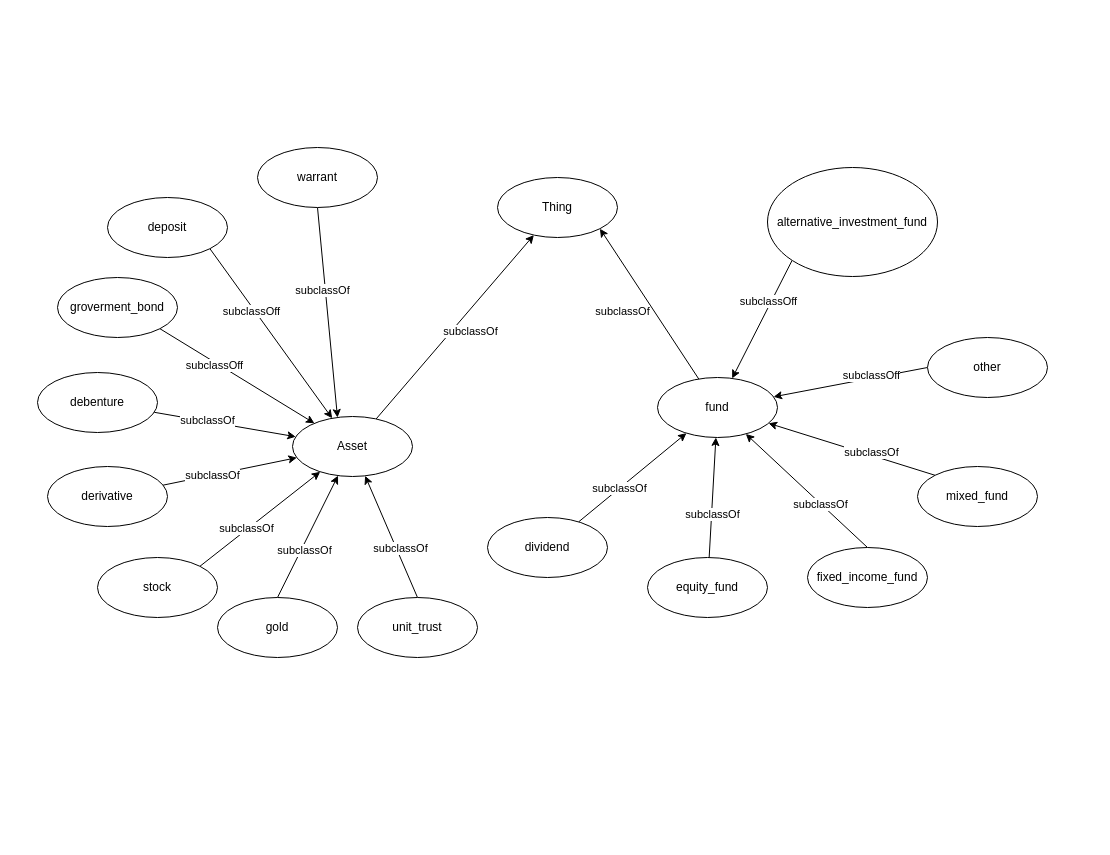
Above: page "mutaul-fund v2" (1 of 7) of Diagram/Design.drawio in onewkub/mutual-fund-api (draw.io), before the change. Source tidied: cells renumbered, new cells numbered last; positions are measured from the earlier drawing's top-left corner, leaving out a move shared by most shapes. Both pictures are drawn from the tidied source at 100%, with x=0, y=0 at pixel (37, 147).
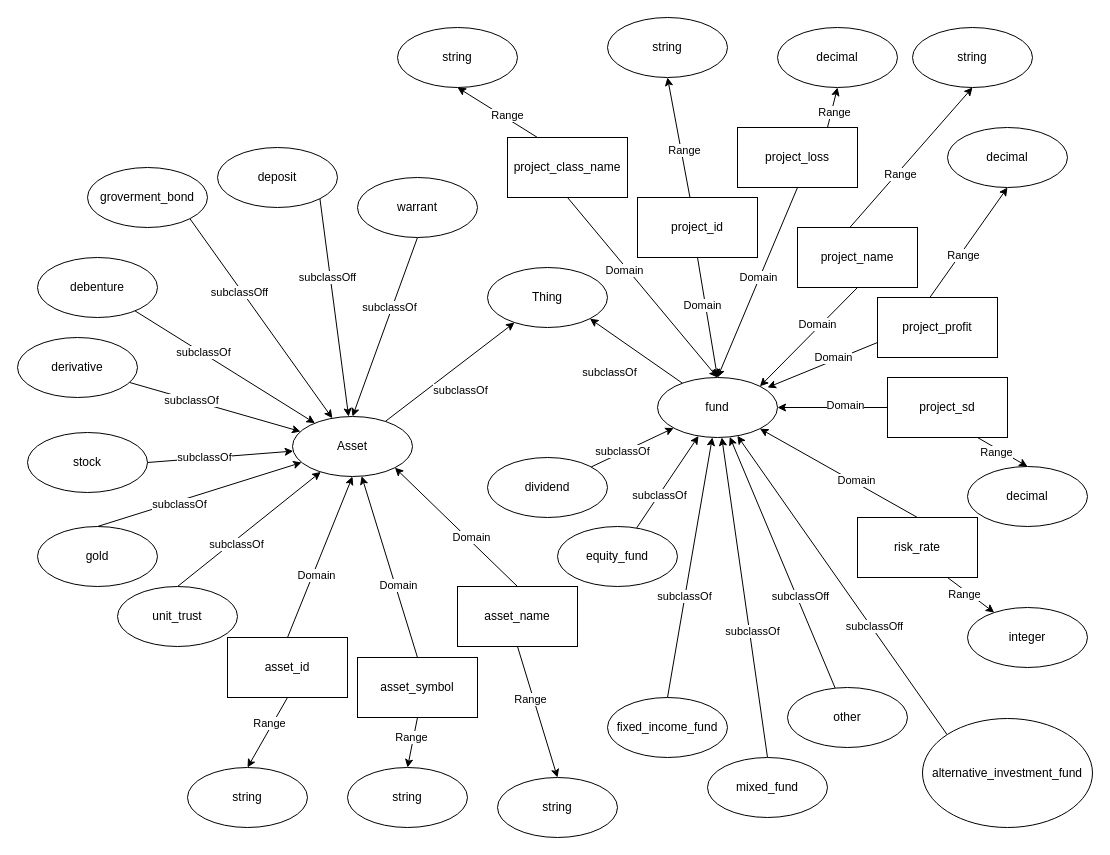
After the change.

Commit message (it also covers changes not shown here):
Edit Class hirarchy and Edit Docx 3.2

Unchanged cells that the change refers to:
```xml
<mxCell id="15" value="Asset" style="ellipse;whiteSpace=wrap;html=1;ellipse;whiteSpace=wrap;html=1;" parent="1" vertex="1">
  <mxGeometry x="255" y="269" width="120" height="60" as="geometry" />
</mxCell>
<mxCell id="43" value="fund" style="ellipse;whiteSpace=wrap;html=1;ellipse;whiteSpace=wrap;html=1;" parent="1" vertex="1">
  <mxGeometry x="620" y="230" width="120" height="60" as="geometry" />
</mxCell>
```

Diff of the diagram source:
```diff
@@
     <mxCell id="4" value="Thing" style="ellipse;whiteSpace=wrap;html=1;ellipse;whiteSpace=wrap;html=1;" parent="1" vertex="1">
-      <mxGeometry x="460" y="30" width="120" height="60" as="geometry" />
+      <mxGeometry x="450" y="120" width="120" height="60" as="geometry" />
     </mxCell>
@@
-    <mxCell id="7" style="edgeStyle=none;rounded=0;jettySize=auto;html=1;startArrow=classic;startFill=1;endArrow=none;endFill=0;entryX=1;entryY=0;entryDx=0;entryDy=0;" parent="1" edge="1" source="15" target="24">
+    <mxCell id="7" style="edgeStyle=none;rounded=0;jettySize=auto;html=1;startArrow=classic;startFill=1;endArrow=none;endFill=0;entryX=1;entryY=0.5;entryDx=0;entryDy=0;" parent="1" edge="1" source="15" target="24">
       <mxGeometry relative="1" as="geometry" />
     </mxCell>
@@
     <mxCell id="16" value="debenture" style="ellipse;whiteSpace=wrap;html=1;ellipse;whiteSpace=wrap;html=1;" parent="1" vertex="1">
-      <mxGeometry y="225" width="120" height="60" as="geometry" />
+      <mxGeometry y="110" width="120" height="60" as="geometry" />
     </mxCell>
     <mxCell id="17" value="deposit" style="ellipse;whiteSpace=wrap;html=1;ellipse;whiteSpace=wrap;html=1;" parent="1" vertex="1">
-      <mxGeometry x="70" y="50" width="120" height="60" as="geometry" />
+      <mxGeometry x="180" width="120" height="60" as="geometry" />
     </mxCell>
     <mxCell id="18" value="derivative" style="ellipse;whiteSpace=wrap;html=1;ellipse;whiteSpace=wrap;html=1;" parent="1" vertex="1">
-      <mxGeometry x="10" y="319" width="120" height="60" as="geometry" />
+      <mxGeometry x="-20" y="190" width="120" height="60" as="geometry" />
     </mxCell>
     <mxCell id="19" value="gold" style="ellipse;whiteSpace=wrap;html=1;ellipse;whiteSpace=wrap;html=1;" parent="1" vertex="1">
-      <mxGeometry x="180" y="450" width="120" height="60" as="geometry" />
+      <mxGeometry y="379" width="120" height="60" as="geometry" />
     </mxCell>
@@
     <mxCell id="23" value="groverment_bond" style="ellipse;whiteSpace=wrap;html=1;ellipse;whiteSpace=wrap;html=1;" parent="1" vertex="1">
-      <mxGeometry x="20" y="130" width="120" height="60" as="geometry" />
+      <mxGeometry x="50" y="20" width="120" height="60" as="geometry" />
     </mxCell>
     <mxCell id="24" value="stock" style="ellipse;whiteSpace=wrap;html=1;ellipse;whiteSpace=wrap;html=1;" parent="1" vertex="1">
-      <mxGeometry x="60" y="410" width="120" height="60" as="geometry" />
+      <mxGeometry x="-10" y="285" width="120" height="60" as="geometry" />
     </mxCell>
@@
     <mxCell id="27" value="unit_trust" style="ellipse;whiteSpace=wrap;html=1;ellipse;whiteSpace=wrap;html=1;" parent="1" vertex="1">
-      <mxGeometry x="320" y="450" width="120" height="60" as="geometry" />
+      <mxGeometry x="80" y="439" width="120" height="60" as="geometry" />
     </mxCell>
-    <mxCell id="28" style="edgeStyle=none;rounded=0;jettySize=auto;html=1;startArrow=classic;startFill=1;endArrow=none;endFill=0;entryX=0.5;entryY=1;entryDx=0;entryDy=0;exitX=0.375;exitY=0.017;exitDx=0;exitDy=0;exitPerimeter=0;" parent="1" edge="1" source="15" target="30">
+    <mxCell id="28" style="edgeStyle=none;rounded=0;jettySize=auto;html=1;startArrow=classic;startFill=1;endArrow=none;endFill=0;entryX=0.5;entryY=1;entryDx=0;entryDy=0;exitX=0.5;exitY=0;exitDx=0;exitDy=0;" parent="1" edge="1" source="15" target="30">
       <mxGeometry relative="1" as="geometry" />
     </mxCell>
@@
     <mxCell id="30" value="warrant" style="ellipse;whiteSpace=wrap;html=1;ellipse;whiteSpace=wrap;html=1;" parent="1" vertex="1">
-      <mxGeometry x="220" width="120" height="60" as="geometry" />
+      <mxGeometry x="320" y="30" width="120" height="60" as="geometry" />
     </mxCell>
@@
-    <mxCell id="37" style="edgeStyle=none;rounded=0;jettySize=auto;html=1;startArrow=classic;startFill=1;endArrow=none;endFill=0;entryX=0;entryY=0.5;entryDx=0;entryDy=0;" parent="1" edge="1" source="43" target="45">
+    <mxCell id="37" style="edgeStyle=none;rounded=0;jettySize=auto;html=1;startArrow=classic;startFill=1;endArrow=none;endFill=0;" parent="1" edge="1" source="43" target="45">
       <mxGeometry relative="1" as="geometry" />
     </mxCell>
@@
-    <mxCell id="39" style="edgeStyle=none;rounded=0;jettySize=auto;html=1;startArrow=classic;startFill=1;endArrow=none;endFill=0;entryX=0;entryY=0;entryDx=0;entryDy=0;" parent="1" edge="1" source="43" target="47">
+    <mxCell id="39" style="edgeStyle=none;rounded=0;jettySize=auto;html=1;startArrow=classic;startFill=1;endArrow=none;endFill=0;entryX=0.5;entryY=0;entryDx=0;entryDy=0;" parent="1" edge="1" source="43" target="47">
       <mxGeometry relative="1" as="geometry" />
     </mxCell>
@@
     <mxCell id="44" value="dividend" style="ellipse;whiteSpace=wrap;html=1;ellipse;whiteSpace=wrap;html=1;" parent="1" vertex="1">
-      <mxGeometry x="450" y="370" width="120" height="60" as="geometry" />
+      <mxGeometry x="450" y="310" width="120" height="60" as="geometry" />
     </mxCell>
     <mxCell id="45" value="other" style="ellipse;whiteSpace=wrap;html=1;ellipse;whiteSpace=wrap;html=1;" parent="1" vertex="1">
-      <mxGeometry x="890" y="190" width="120" height="60" as="geometry" />
+      <mxGeometry x="750" y="540" width="120" height="60" as="geometry" />
     </mxCell>
     <mxCell id="46" value="equity_fund" style="ellipse;whiteSpace=wrap;html=1;ellipse;whiteSpace=wrap;html=1;" parent="1" vertex="1">
-      <mxGeometry x="610" y="410" width="120" height="60" as="geometry" />
+      <mxGeometry x="520" y="379" width="120" height="60" as="geometry" />
     </mxCell>
     <mxCell id="47" value="mixed_fund" style="ellipse;whiteSpace=wrap;html=1;ellipse;whiteSpace=wrap;html=1;" parent="1" vertex="1">
-      <mxGeometry x="880" y="319" width="120" height="60" as="geometry" />
+      <mxGeometry x="670" y="610" width="120" height="60" as="geometry" />
     </mxCell>
@@
-    <mxCell id="49" style="edgeStyle=none;rounded=0;jettySize=auto;html=1;startArrow=classic;startFill=1;endArrow=none;endFill=0;entryX=0;entryY=1;entryDx=0;entryDy=0;" parent="1" edge="1" source="43" target="51">
+    <mxCell id="49" style="edgeStyle=none;rounded=0;jettySize=auto;html=1;startArrow=classic;startFill=1;endArrow=none;endFill=0;entryX=0;entryY=0;entryDx=0;entryDy=0;" parent="1" edge="1" source="43" target="51">
       <mxGeometry relative="1" as="geometry" />
     </mxCell>
@@
     <mxCell id="51" value="alternative_investment_fund" style="ellipse;whiteSpace=wrap;html=1;ellipse;whiteSpace=wrap;html=1;" parent="1" vertex="1">
-      <mxGeometry x="730" y="20" width="170" height="109" as="geometry" />
+      <mxGeometry x="885" y="571" width="170" height="109" as="geometry" />
     </mxCell>
     <mxCell id="52" value="fixed_income_fund" style="ellipse;whiteSpace=wrap;html=1;ellipse;whiteSpace=wrap;html=1;" parent="1" vertex="1">
-      <mxGeometry x="770" y="400" width="120" height="60" as="geometry" />
+      <mxGeometry x="570" y="550" width="120" height="60" as="geometry" />
     </mxCell>
+    <mxCell id="53" value="asset_symbol" style="rounded=0;whiteSpace=wrap;html=1;" parent="1" vertex="1">
+      <mxGeometry x="320" y="510" width="120" height="60" as="geometry" />
+    </mxCell>
+    <mxCell id="54" value="asset_name" style="rounded=0;whiteSpace=wrap;html=1;" parent="1" vertex="1">
+      <mxGeometry x="420" y="439" width="120" height="60" as="geometry" />
+    </mxCell>
+    <mxCell id="55" value="asset_id" style="rounded=0;whiteSpace=wrap;html=1;" parent="1" vertex="1">
+      <mxGeometry x="190" y="490" width="120" height="60" as="geometry" />
+    </mxCell>
+    <mxCell id="56" style="edgeStyle=none;rounded=0;jettySize=auto;html=1;startArrow=classic;startFill=1;endArrow=none;endFill=0;entryX=0.5;entryY=0;entryDx=0;entryDy=0;exitX=0.5;exitY=1;exitDx=0;exitDy=0;" parent="1" edge="1" source="15" target="55">
+      <mxGeometry relative="1" as="geometry" />
+    </mxCell>
+    <mxCell id="57" value="Domain" style="edgeLabel;html=1;align=center;verticalAlign=middle;" parent="56" vertex="1">
+      <mxGeometry x="0.21" y="3" relative="1" as="geometry" />
+    </mxCell>
+    <mxCell id="58" style="edgeStyle=none;rounded=0;jettySize=auto;html=1;startArrow=classic;startFill=1;endArrow=none;endFill=0;entryX=0.5;entryY=0;entryDx=0;entryDy=0;" parent="1" edge="1" source="15" target="53">
+      <mxGeometry relative="1" as="geometry" />
+    </mxCell>
+    <mxCell id="59" value="Domain" style="edgeLabel;html=1;align=center;verticalAlign=middle;" parent="58" vertex="1">
+      <mxGeometry x="0.21" y="3" relative="1" as="geometry" />
+    </mxCell>
+    <mxCell id="60" style="edgeStyle=none;rounded=0;jettySize=auto;html=1;startArrow=classic;startFill=1;endArrow=none;endFill=0;entryX=0.5;entryY=0;entryDx=0;entryDy=0;exitX=1;exitY=1;exitDx=0;exitDy=0;" parent="1" edge="1" source="15" target="54">
+      <mxGeometry relative="1" as="geometry" />
+    </mxCell>
+    <mxCell id="61" value="Domain" style="edgeLabel;html=1;align=center;verticalAlign=middle;" parent="60" vertex="1">
+      <mxGeometry x="0.21" y="3" relative="1" as="geometry" />
+    </mxCell>
+    <mxCell id="62" value="string" style="ellipse;whiteSpace=wrap;html=1;ellipse;whiteSpace=wrap;html=1;" parent="1" vertex="1">
+      <mxGeometry x="460" y="630" width="120" height="60" as="geometry" />
+    </mxCell>
+    <mxCell id="63" style="edgeStyle=none;rounded=0;jettySize=auto;html=1;startArrow=classic;startFill=1;endArrow=none;endFill=0;entryX=0.5;entryY=1;entryDx=0;entryDy=0;exitX=0.5;exitY=0;exitDx=0;exitDy=0;" parent="1" edge="1" source="62" target="54">
+      <mxGeometry relative="1" as="geometry" />
+    </mxCell>
+    <mxCell id="64" value="Range" style="edgeLabel;html=1;align=center;verticalAlign=middle;" parent="63" vertex="1">
+      <mxGeometry x="0.21" y="3" relative="1" as="geometry" />
+    </mxCell>
+    <mxCell id="65" value="string" style="ellipse;whiteSpace=wrap;html=1;ellipse;whiteSpace=wrap;html=1;" parent="1" vertex="1">
+      <mxGeometry x="150" y="620" width="120" height="60" as="geometry" />
+    </mxCell>
+    <mxCell id="66" style="edgeStyle=none;rounded=0;jettySize=auto;html=1;startArrow=classic;startFill=1;endArrow=none;endFill=0;entryX=0.5;entryY=1;entryDx=0;entryDy=0;exitX=0.5;exitY=0;exitDx=0;exitDy=0;" parent="1" edge="1" source="65" target="55">
+      <mxGeometry relative="1" as="geometry" />
+    </mxCell>
+    <mxCell id="67" value="Range" style="edgeLabel;html=1;align=center;verticalAlign=middle;" parent="66" vertex="1">
+      <mxGeometry x="0.21" y="3" relative="1" as="geometry" />
+    </mxCell>
+    <mxCell id="68" value="string" style="ellipse;whiteSpace=wrap;html=1;ellipse;whiteSpace=wrap;html=1;" parent="1" vertex="1">
+      <mxGeometry x="310" y="620" width="120" height="60" as="geometry" />
+    </mxCell>
+    <mxCell id="69" style="edgeStyle=none;rounded=0;jettySize=auto;html=1;startArrow=classic;startFill=1;endArrow=none;endFill=0;exitX=0.5;exitY=0;exitDx=0;exitDy=0;entryX=0.5;entryY=1;entryDx=0;entryDy=0;" parent="1" edge="1" source="68" target="53">
+      <mxGeometry relative="1" as="geometry" />
+    </mxCell>
+    <mxCell id="70" value="Range" style="edgeLabel;html=1;align=center;verticalAlign=middle;" parent="69" vertex="1">
+      <mxGeometry x="0.21" y="3" relative="1" as="geometry" />
+    </mxCell>
+    <mxCell id="71" value="project_class_name" style="rounded=0;whiteSpace=wrap;html=1;" parent="1" vertex="1">
+      <mxGeometry x="470" y="-10" width="120" height="60" as="geometry" />
+    </mxCell>
+    <mxCell id="72" style="edgeStyle=none;rounded=0;jettySize=auto;html=1;startArrow=classic;startFill=1;endArrow=none;endFill=0;entryX=0.5;entryY=1;entryDx=0;entryDy=0;exitX=0.5;exitY=0;exitDx=0;exitDy=0;" parent="1" edge="1" source="43" target="71">
+      <mxGeometry relative="1" as="geometry" />
+    </mxCell>
+    <mxCell id="73" value="Domain" style="edgeLabel;html=1;align=center;verticalAlign=middle;" parent="72" vertex="1">
+      <mxGeometry x="0.21" y="3" relative="1" as="geometry" />
+    </mxCell>
+    <mxCell id="74" value="string" style="ellipse;whiteSpace=wrap;html=1;ellipse;whiteSpace=wrap;html=1;" parent="1" vertex="1">
+      <mxGeometry x="360" y="-120" width="120" height="60" as="geometry" />
+    </mxCell>
+    <mxCell id="75" style="edgeStyle=none;rounded=0;jettySize=auto;html=1;startArrow=classic;startFill=1;endArrow=none;endFill=0;entryX=0.25;entryY=0;entryDx=0;entryDy=0;exitX=0.5;exitY=1;exitDx=0;exitDy=0;" parent="1" edge="1" source="74" target="71">
+      <mxGeometry relative="1" as="geometry" />
+    </mxCell>
+    <mxCell id="76" value="Range" style="edgeLabel;html=1;align=center;verticalAlign=middle;" parent="75" vertex="1">
+      <mxGeometry x="0.21" y="3" relative="1" as="geometry" />
+    </mxCell>
+    <mxCell id="77" value="project_id" style="rounded=0;whiteSpace=wrap;html=1;" parent="1" vertex="1">
+      <mxGeometry x="600" y="50" width="120" height="60" as="geometry" />
+    </mxCell>
+    <mxCell id="78" style="edgeStyle=none;rounded=0;jettySize=auto;html=1;startArrow=classic;startFill=1;endArrow=none;endFill=0;entryX=0.5;entryY=1;entryDx=0;entryDy=0;exitX=0.5;exitY=0;exitDx=0;exitDy=0;" parent="1" edge="1" source="43" target="77">
+      <mxGeometry relative="1" as="geometry" />
+    </mxCell>
+    <mxCell id="79" value="Domain" style="edgeLabel;html=1;align=center;verticalAlign=middle;" parent="78" vertex="1">
+      <mxGeometry x="0.21" y="3" relative="1" as="geometry" />
+    </mxCell>
+    <mxCell id="80" value="string" style="ellipse;whiteSpace=wrap;html=1;ellipse;whiteSpace=wrap;html=1;" parent="1" vertex="1">
+      <mxGeometry x="570" y="-130" width="120" height="60" as="geometry" />
+    </mxCell>
+    <mxCell id="81" style="edgeStyle=none;rounded=0;jettySize=auto;html=1;startArrow=classic;startFill=1;endArrow=none;endFill=0;entryX=0.437;entryY=-0.002;entryDx=0;entryDy=0;exitX=0.5;exitY=1;exitDx=0;exitDy=0;entryPerimeter=0;" parent="1" edge="1" source="80" target="77">
+      <mxGeometry relative="1" as="geometry" />
+    </mxCell>
+    <mxCell id="82" value="Range" style="edgeLabel;html=1;align=center;verticalAlign=middle;" parent="81" vertex="1">
+      <mxGeometry x="0.21" y="3" relative="1" as="geometry" />
+    </mxCell>
+    <mxCell id="83" value="project_loss" style="rounded=0;whiteSpace=wrap;html=1;" parent="1" vertex="1">
+      <mxGeometry x="700" y="-20" width="120" height="60" as="geometry" />
+    </mxCell>
+    <mxCell id="84" style="edgeStyle=none;rounded=0;jettySize=auto;html=1;startArrow=classic;startFill=1;endArrow=none;endFill=0;entryX=0.5;entryY=1;entryDx=0;entryDy=0;exitX=0.5;exitY=0;exitDx=0;exitDy=0;" parent="1" edge="1" source="43" target="83">
+      <mxGeometry relative="1" as="geometry" />
+    </mxCell>
+    <mxCell id="85" value="Domain" style="edgeLabel;html=1;align=center;verticalAlign=middle;" parent="84" vertex="1">
+      <mxGeometry x="0.21" y="3" relative="1" as="geometry">
+        <mxPoint x="-5.6" y="16.1" as="offset" />
+      </mxGeometry>
+    </mxCell>
+    <mxCell id="86" value="decimal" style="ellipse;whiteSpace=wrap;html=1;ellipse;whiteSpace=wrap;html=1;" parent="1" vertex="1">
+      <mxGeometry x="740" y="-120" width="120" height="60" as="geometry" />
+    </mxCell>
+    <mxCell id="87" style="edgeStyle=none;rounded=0;jettySize=auto;html=1;startArrow=classic;startFill=1;endArrow=none;endFill=0;entryX=0.75;entryY=0;entryDx=0;entryDy=0;exitX=0.5;exitY=1;exitDx=0;exitDy=0;" parent="1" edge="1" source="86" target="83">
+      <mxGeometry relative="1" as="geometry" />
+    </mxCell>
+    <mxCell id="88" value="Range" style="edgeLabel;html=1;align=center;verticalAlign=middle;" parent="87" vertex="1">
+      <mxGeometry x="0.21" y="3" relative="1" as="geometry" />
+    </mxCell>
+    <mxCell id="89" value="project_name" style="rounded=0;whiteSpace=wrap;html=1;" parent="1" vertex="1">
+      <mxGeometry x="760" y="80" width="120" height="60" as="geometry" />
+    </mxCell>
+    <mxCell id="90" style="edgeStyle=none;rounded=0;jettySize=auto;html=1;startArrow=classic;startFill=1;endArrow=none;endFill=0;entryX=0.5;entryY=1;entryDx=0;entryDy=0;exitX=1;exitY=0;exitDx=0;exitDy=0;" parent="1" edge="1" source="43" target="89">
+      <mxGeometry relative="1" as="geometry" />
+    </mxCell>
+    <mxCell id="91" value="Domain" style="edgeLabel;html=1;align=center;verticalAlign=middle;" parent="90" vertex="1">
+      <mxGeometry x="0.21" y="3" relative="1" as="geometry" />
+    </mxCell>
+    <mxCell id="92" value="string" style="ellipse;whiteSpace=wrap;html=1;ellipse;whiteSpace=wrap;html=1;" parent="1" vertex="1">
+      <mxGeometry x="875" y="-120" width="120" height="60" as="geometry" />
+    </mxCell>
+    <mxCell id="93" style="edgeStyle=none;rounded=0;jettySize=auto;html=1;startArrow=classic;startFill=1;endArrow=none;endFill=0;entryX=0.437;entryY=-0.002;entryDx=0;entryDy=0;exitX=0.5;exitY=1;exitDx=0;exitDy=0;entryPerimeter=0;" parent="1" edge="1" source="92" target="89">
+      <mxGeometry relative="1" as="geometry" />
+    </mxCell>
+    <mxCell id="94" value="Range" style="edgeLabel;html=1;align=center;verticalAlign=middle;" parent="93" vertex="1">
+      <mxGeometry x="0.21" y="3" relative="1" as="geometry" />
+    </mxCell>
+    <mxCell id="95" value="project_profit" style="rounded=0;whiteSpace=wrap;html=1;" parent="1" vertex="1">
+      <mxGeometry x="840" y="150" width="120" height="60" as="geometry" />
+    </mxCell>
+    <mxCell id="96" style="edgeStyle=none;rounded=0;jettySize=auto;html=1;startArrow=classic;startFill=1;endArrow=none;endFill=0;entryX=0;entryY=0.75;entryDx=0;entryDy=0;" parent="1" edge="1" target="95">
+      <mxGeometry relative="1" as="geometry">
+        <mxPoint x="730" y="240" as="sourcePoint" />
+      </mxGeometry>
+    </mxCell>
+    <mxCell id="97" value="Domain" style="edgeLabel;html=1;align=center;verticalAlign=middle;" parent="96" vertex="1">
+      <mxGeometry x="0.21" y="3" relative="1" as="geometry" />
+    </mxCell>
+    <mxCell id="98" value="decimal" style="ellipse;whiteSpace=wrap;html=1;ellipse;whiteSpace=wrap;html=1;" parent="1" vertex="1">
+      <mxGeometry x="910" y="-20" width="120" height="60" as="geometry" />
+    </mxCell>
+    <mxCell id="99" style="edgeStyle=none;rounded=0;jettySize=auto;html=1;startArrow=classic;startFill=1;endArrow=none;endFill=0;entryX=0.437;entryY=-0.002;entryDx=0;entryDy=0;exitX=0.5;exitY=1;exitDx=0;exitDy=0;entryPerimeter=0;" parent="1" edge="1" source="98" target="95">
+      <mxGeometry relative="1" as="geometry" />
+    </mxCell>
+    <mxCell id="100" value="Range" style="edgeLabel;html=1;align=center;verticalAlign=middle;" parent="99" vertex="1">
+      <mxGeometry x="0.21" y="3" relative="1" as="geometry" />
+    </mxCell>
+    <mxCell id="101" value="project_sd" style="rounded=0;whiteSpace=wrap;html=1;" parent="1" vertex="1">
+      <mxGeometry x="850" y="230" width="120" height="60" as="geometry" />
+    </mxCell>
+    <mxCell id="102" style="edgeStyle=none;rounded=0;jettySize=auto;html=1;startArrow=classic;startFill=1;endArrow=none;endFill=0;entryX=0;entryY=0.5;entryDx=0;entryDy=0;exitX=1;exitY=0.5;exitDx=0;exitDy=0;" parent="1" edge="1" source="43" target="101">
+      <mxGeometry relative="1" as="geometry" />
+    </mxCell>
+    <mxCell id="103" value="Domain" style="edgeLabel;html=1;align=center;verticalAlign=middle;" parent="102" vertex="1">
+      <mxGeometry x="0.21" y="3" relative="1" as="geometry" />
+    </mxCell>
+    <mxCell id="104" value="decimal" style="ellipse;whiteSpace=wrap;html=1;ellipse;whiteSpace=wrap;html=1;" parent="1" vertex="1">
+      <mxGeometry x="930" y="319" width="120" height="60" as="geometry" />
+    </mxCell>
+    <mxCell id="105" style="edgeStyle=none;rounded=0;jettySize=auto;html=1;startArrow=classic;startFill=1;endArrow=none;endFill=0;entryX=0.75;entryY=1;entryDx=0;entryDy=0;exitX=0.5;exitY=0;exitDx=0;exitDy=0;" parent="1" edge="1" source="104" target="101">
+      <mxGeometry relative="1" as="geometry" />
+    </mxCell>
+    <mxCell id="106" value="Range" style="edgeLabel;html=1;align=center;verticalAlign=middle;" parent="105" vertex="1">
+      <mxGeometry x="0.21" y="3" relative="1" as="geometry" />
+    </mxCell>
+    <mxCell id="107" value="risk_rate" style="rounded=0;whiteSpace=wrap;html=1;" parent="1" vertex="1">
+      <mxGeometry x="820" y="370" width="120" height="60" as="geometry" />
+    </mxCell>
+    <mxCell id="108" style="edgeStyle=none;rounded=0;jettySize=auto;html=1;startArrow=classic;startFill=1;endArrow=none;endFill=0;entryX=0.5;entryY=0;entryDx=0;entryDy=0;exitX=1;exitY=1;exitDx=0;exitDy=0;" parent="1" edge="1" source="43" target="107">
+      <mxGeometry relative="1" as="geometry" />
+    </mxCell>
+    <mxCell id="109" value="Domain" style="edgeLabel;html=1;align=center;verticalAlign=middle;" parent="108" vertex="1">
+      <mxGeometry x="0.21" y="3" relative="1" as="geometry" />
+    </mxCell>
+    <mxCell id="110" value="integer" style="ellipse;whiteSpace=wrap;html=1;ellipse;whiteSpace=wrap;html=1;" parent="1" vertex="1">
+      <mxGeometry x="930" y="460" width="120" height="60" as="geometry" />
+    </mxCell>
+    <mxCell id="111" style="edgeStyle=none;rounded=0;jettySize=auto;html=1;startArrow=classic;startFill=1;endArrow=none;endFill=0;entryX=0.75;entryY=1;entryDx=0;entryDy=0;" parent="1" edge="1" source="110" target="107">
+      <mxGeometry relative="1" as="geometry" />
+    </mxCell>
+    <mxCell id="112" value="Range" style="edgeLabel;html=1;align=center;verticalAlign=middle;" parent="111" vertex="1">
+      <mxGeometry x="0.21" y="3" relative="1" as="geometry" />
+    </mxCell>
```
